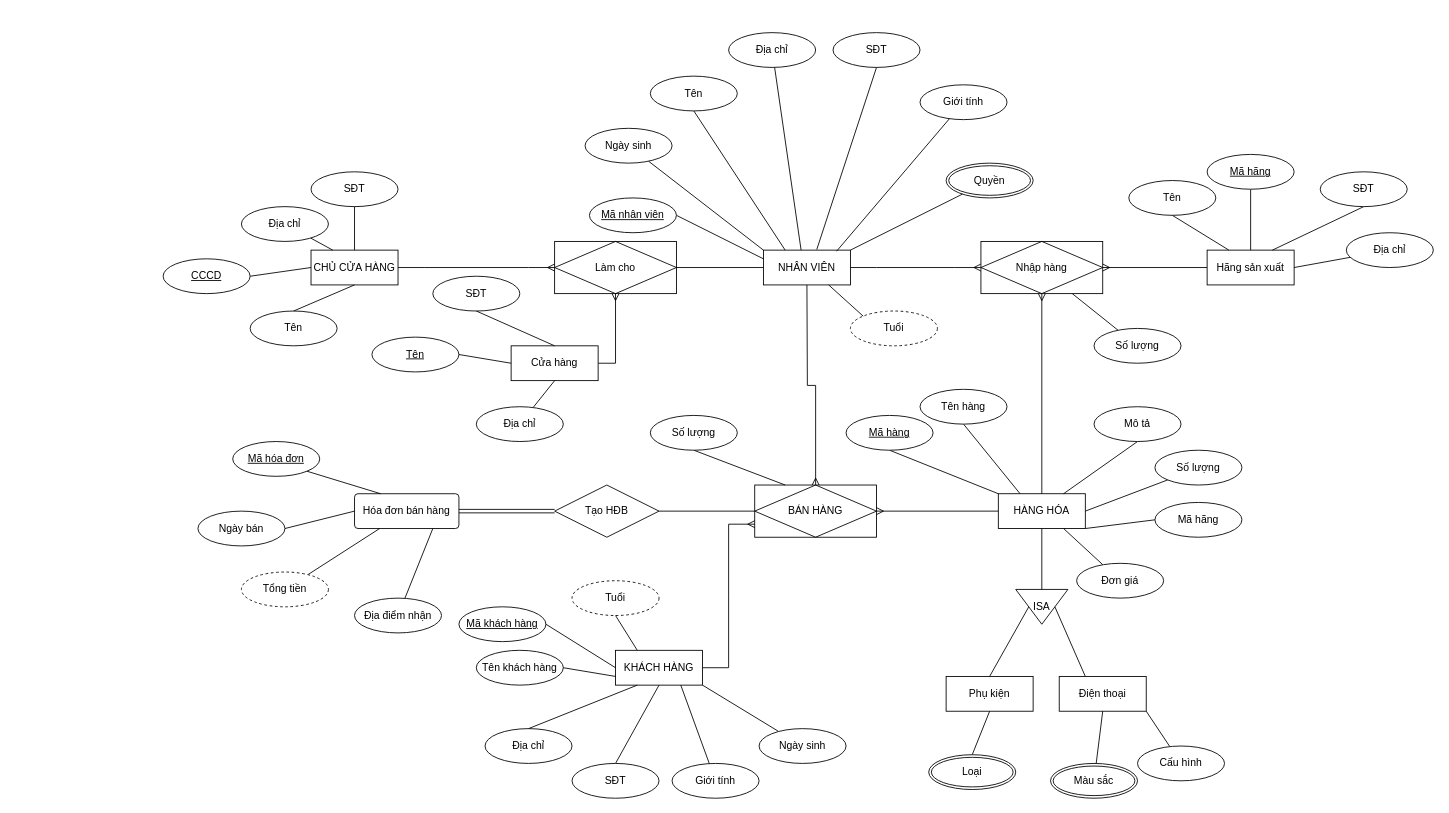
Before: Diagram1.drawio in Senorita1610/67, a draw.io diagram. Source tidied: cells renumbered, new cells numbered last; positions are measured from the earlier drawing's top-left corner, leaving out a move shared by most shapes. Both pictures are drawn from the tidied source at 87%, with x=0, y=0 at pixel (163, 32).
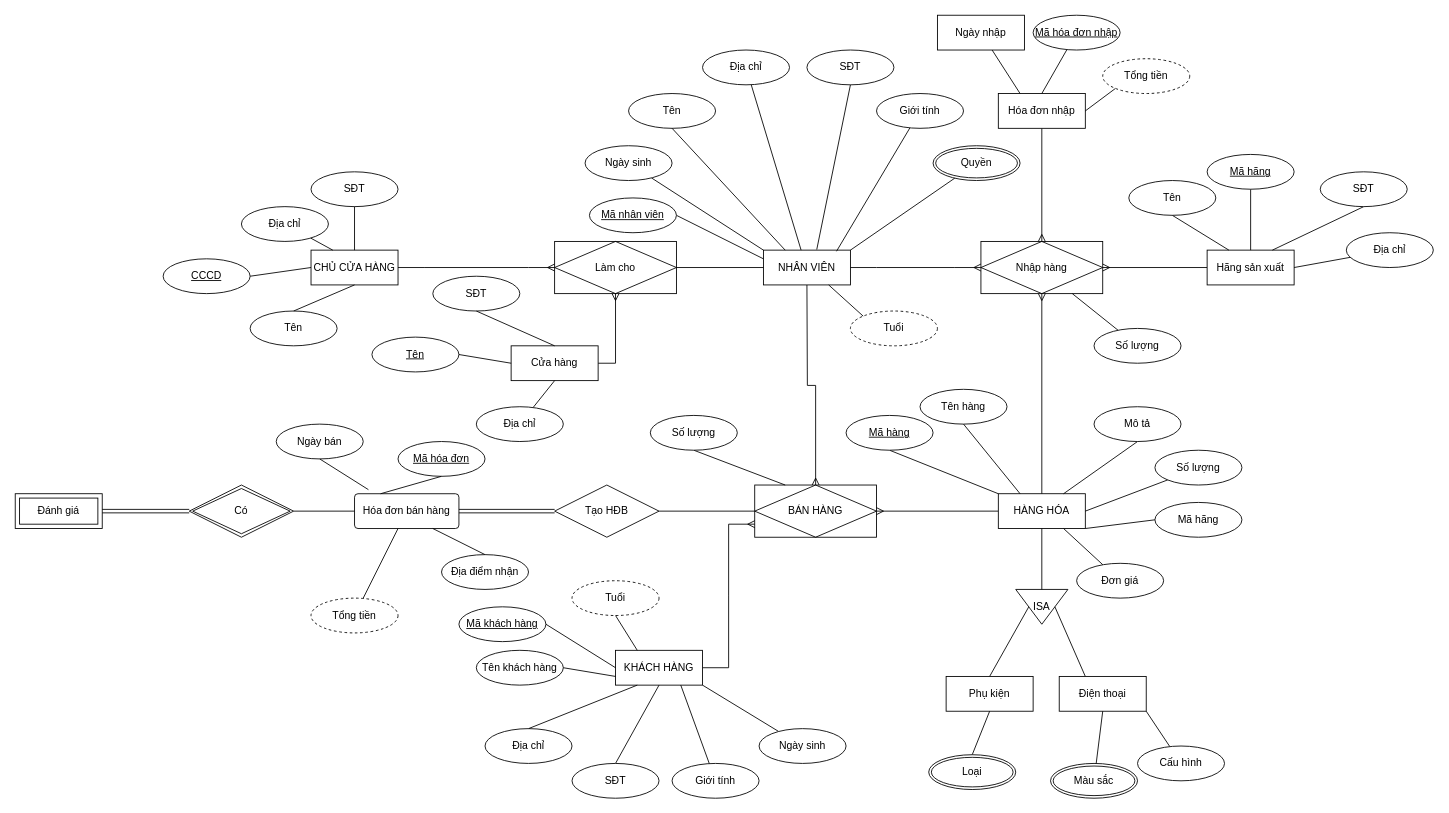
Above is the later version.

Unchanged cells that the change refers to:
```xml
<mxCell id="2" value="Hóa đơn bán hàng" style="rounded=1;arcSize=10;whiteSpace=wrap;html=1;align=center;shadow=0;" parent="1" vertex="1">
  <mxGeometry x="220" y="530" width="120" height="40" as="geometry" />
</mxCell>
<mxCell id="98" value="Nhập hàng" style="shape=associativeEntity;whiteSpace=wrap;html=1;align=center;" parent="1" vertex="1">
  <mxGeometry x="940" y="240" width="140" height="60" as="geometry" />
</mxCell>
```

The edit, as a diff of the source:
```diff
@@
-    <mxCell id="7" style="endArrow=none;html=1;rounded=0;exitX=0.75;exitY=1;exitDx=0;exitDy=0;" parent="1" edge="1" source="2" target="8">
+    <mxCell id="7" style="endArrow=none;html=1;rounded=0;exitX=0.75;exitY=1;exitDx=0;exitDy=0;entryX=0.5;entryY=0;entryDx=0;entryDy=0;" parent="1" edge="1" source="2" target="8">
       <mxGeometry relative="1" as="geometry" />
     </mxCell>
     <mxCell id="8" value="Địa điểm nhận" style="ellipse;whiteSpace=wrap;html=1;align=center;shadow=0;" parent="1" vertex="1">
-      <mxGeometry x="220" y="650" width="100" height="40" as="geometry" />
+      <mxGeometry x="320" y="600" width="100" height="40" as="geometry" />
     </mxCell>
@@
     <mxCell id="10" value="Tổng tiền" style="ellipse;whiteSpace=wrap;html=1;align=center;dashed=1;shadow=0;" parent="1" vertex="1">
-      <mxGeometry x="90" y="620" width="100" height="40" as="geometry" />
+      <mxGeometry x="170" y="650" width="100" height="40" as="geometry" />
     </mxCell>
     <mxCell id="11" value="Ngày bán" style="ellipse;whiteSpace=wrap;html=1;align=center;shadow=0;" parent="1" vertex="1">
-      <mxGeometry x="40" y="550" width="100" height="40" as="geometry" />
+      <mxGeometry x="130" y="450" width="100" height="40" as="geometry" />
     </mxCell>
-    <mxCell id="12" style="endArrow=none;html=1;rounded=0;exitX=1;exitY=0.5;exitDx=0;exitDy=0;entryX=0;entryY=0.5;entryDx=0;entryDy=0;" parent="1" edge="1" source="11" target="2">
+    <mxCell id="12" style="endArrow=none;html=1;rounded=0;exitX=0.5;exitY=1;exitDx=0;exitDy=0;entryX=0.133;entryY=-0.117;entryDx=0;entryDy=0;entryPerimeter=0;" parent="1" edge="1" source="11" target="2">
       <mxGeometry relative="1" as="geometry" />
     </mxCell>
     <mxCell id="13" value="Mã hóa đơn" style="ellipse;whiteSpace=wrap;html=1;align=center;fontStyle=4;shadow=0;" parent="1" vertex="1">
-      <mxGeometry x="80" y="470" width="100" height="40" as="geometry" />
+      <mxGeometry x="270" y="470" width="100" height="40" as="geometry" />
     </mxCell>
-    <mxCell id="14" style="endArrow=none;html=1;rounded=0;entryX=0.25;entryY=0;entryDx=0;entryDy=0;exitX=1;exitY=1;exitDx=0;exitDy=0;" parent="1" edge="1" source="13" target="2">
+    <mxCell id="14" style="endArrow=none;html=1;rounded=0;entryX=0.25;entryY=0;entryDx=0;entryDy=0;exitX=0.5;exitY=1;exitDx=0;exitDy=0;" parent="1" edge="1" source="13" target="2">
       <mxGeometry relative="1" as="geometry" />
     </mxCell>
@@
     <mxCell id="36" value="Quyền" style="ellipse;shape=doubleEllipse;margin=3;whiteSpace=wrap;html=1;align=center;" parent="1" vertex="1">
-      <mxGeometry x="900" y="150" width="100" height="40" as="geometry" />
+      <mxGeometry x="885" y="130" width="100" height="40" as="geometry" />
     </mxCell>
@@
     <mxCell id="40" value="Giới tính" style="ellipse;whiteSpace=wrap;html=1;align=center;" parent="1" vertex="1">
-      <mxGeometry x="870" y="60" width="100" height="40" as="geometry" />
+      <mxGeometry x="820" y="70" width="100" height="40" as="geometry" />
     </mxCell>
     <mxCell id="41" value="SĐT" style="ellipse;whiteSpace=wrap;html=1;align=center;" parent="1" vertex="1">
-      <mxGeometry x="770" width="100" height="40" as="geometry" />
+      <mxGeometry x="740" y="20" width="100" height="40" as="geometry" />
     </mxCell>
@@
     <mxCell id="44" value="Địa chỉ" style="ellipse;whiteSpace=wrap;html=1;align=center;" parent="1" vertex="1">
-      <mxGeometry x="650" width="100" height="40" as="geometry" />
+      <mxGeometry x="620" y="20" width="100" height="40" as="geometry" />
     </mxCell>
     <mxCell id="45" value="Tên" style="ellipse;whiteSpace=wrap;html=1;align=center;" parent="1" vertex="1">
-      <mxGeometry x="560" y="50" width="100" height="40" as="geometry" />
+      <mxGeometry x="535" y="70" width="100" height="40" as="geometry" />
     </mxCell>
@@
     <mxCell id="48" value="Ngày sinh" style="ellipse;whiteSpace=wrap;html=1;align=center;" parent="1" vertex="1">
-      <mxGeometry x="485" y="110" width="100" height="40" as="geometry" />
+      <mxGeometry x="485" y="130" width="100" height="40" as="geometry" />
     </mxCell>
@@
+    <mxCell id="112" style="fontSize=12;html=1;endArrow=ERmany;rounded=0;entryX=0.5;entryY=0;entryDx=0;entryDy=0;exitX=0.5;exitY=1;exitDx=0;exitDy=0;exitPerimeter=0;" parent="1" edge="1" source="113" target="98">
+      <mxGeometry relative="1" as="geometry" />
+    </mxCell>
+    <mxCell id="113" value="Hóa đơn nhập" style="whiteSpace=wrap;html=1;align=center;" parent="1" vertex="1">
+      <mxGeometry x="960" y="70" width="100" height="40" as="geometry" />
+    </mxCell>
+    <mxCell id="114" style="endArrow=none;html=1;rounded=0;exitX=0.25;exitY=0;exitDx=0;exitDy=0;" parent="1" edge="1" source="113" target="115">
+      <mxGeometry relative="1" as="geometry" />
+    </mxCell>
+    <mxCell id="115" value="Ngày nhập" style="whiteSpace=wrap;html=1;align=center;" parent="1" vertex="1">
+      <mxGeometry x="890" y="-20" width="100" height="40" as="geometry" />
+    </mxCell>
+    <mxCell id="116" style="endArrow=none;html=1;rounded=0;exitX=0.5;exitY=0;exitDx=0;exitDy=0;" parent="1" edge="1" source="113" target="117">
+      <mxGeometry relative="1" as="geometry" />
+    </mxCell>
+    <mxCell id="117" value="Mã hóa đơn nhập" style="ellipse;whiteSpace=wrap;html=1;align=center;fontStyle=4;" parent="1" vertex="1">
+      <mxGeometry x="1000" y="-20" width="100" height="40" as="geometry" />
+    </mxCell>
+    <mxCell id="118" value="Tổng tiền" style="ellipse;whiteSpace=wrap;html=1;align=center;dashed=1;" parent="1" vertex="1">
+      <mxGeometry x="1080" y="30" width="100" height="40" as="geometry" />
+    </mxCell>
+    <mxCell id="119" style="endArrow=none;html=1;rounded=0;exitX=1;exitY=0.5;exitDx=0;exitDy=0;entryX=0;entryY=1;entryDx=0;entryDy=0;" parent="1" edge="1" source="113" target="118">
+      <mxGeometry relative="1" as="geometry" />
+    </mxCell>
+    <mxCell id="120" style="endArrow=none;html=1;rounded=0;entryX=0;entryY=0.5;entryDx=0;entryDy=0;exitX=1;exitY=0.5;exitDx=0;exitDy=0;" parent="1" edge="1" source="121" target="2">
+      <mxGeometry relative="1" as="geometry" />
+    </mxCell>
+    <mxCell id="121" value="Có" style="shape=rhombus;double=1;perimeter=rhombusPerimeter;whiteSpace=wrap;html=1;align=center;" parent="1" vertex="1">
+      <mxGeometry x="30" y="520" width="120" height="60" as="geometry" />
+    </mxCell>
+    <mxCell id="122" value="Đánh giá" style="shape=ext;margin=3;double=1;whiteSpace=wrap;html=1;align=center;" parent="1" vertex="1">
+      <mxGeometry x="-170" y="530" width="100" height="40" as="geometry" />
+    </mxCell>
+    <mxCell id="123" style="shape=link;html=1;rounded=0;exitX=1;exitY=0.5;exitDx=0;exitDy=0;" parent="1" edge="1" source="122" target="121">
+      <mxGeometry relative="1" as="geometry" />
+    </mxCell>
```
